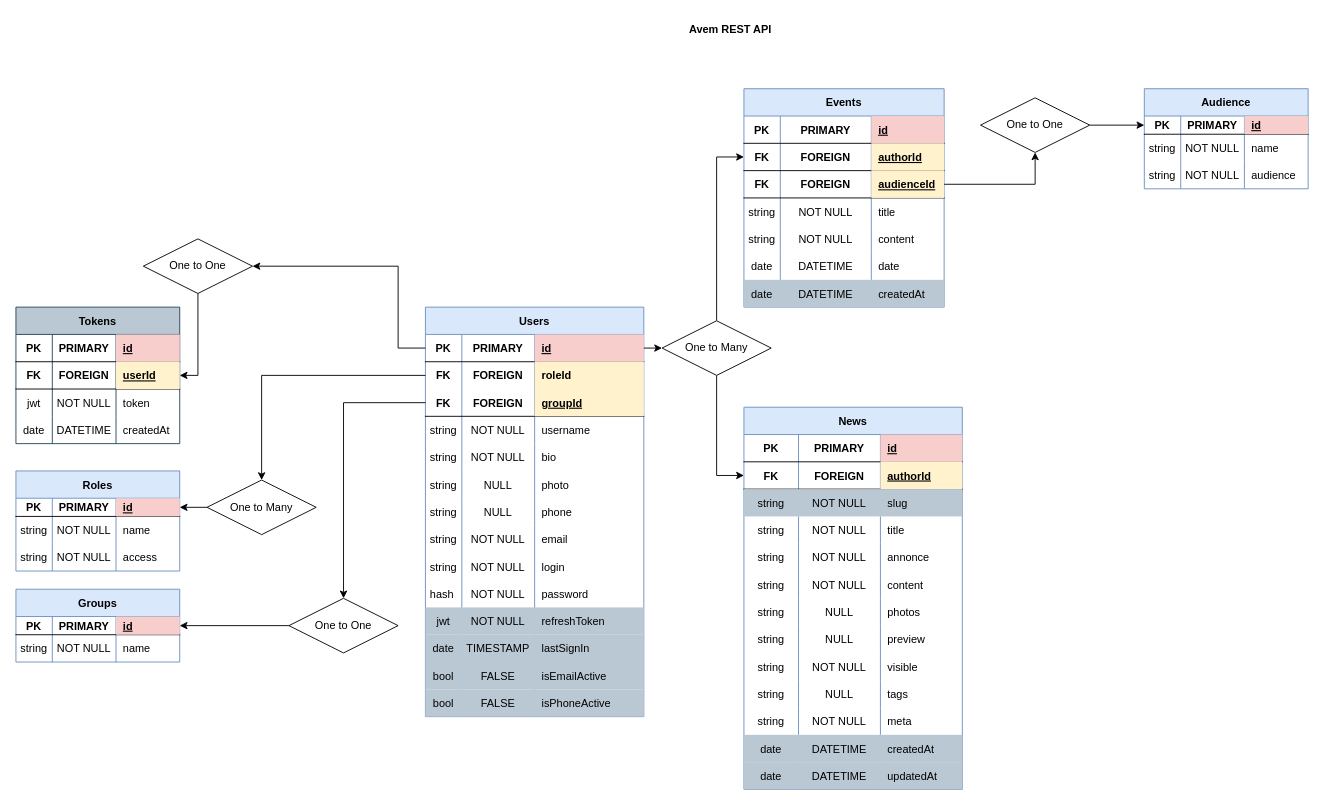
Earlier version of the draw.io diagram Untitled Diagram.drawio (BawNer/avem-server). Source tidied: cells renumbered, new cells numbered last; positions are measured from the earlier drawing's top-left corner, leaving out a move shared by most shapes. Both pictures are drawn from the tidied source at 91%, with x=0, y=0 at pixel (15, 15).
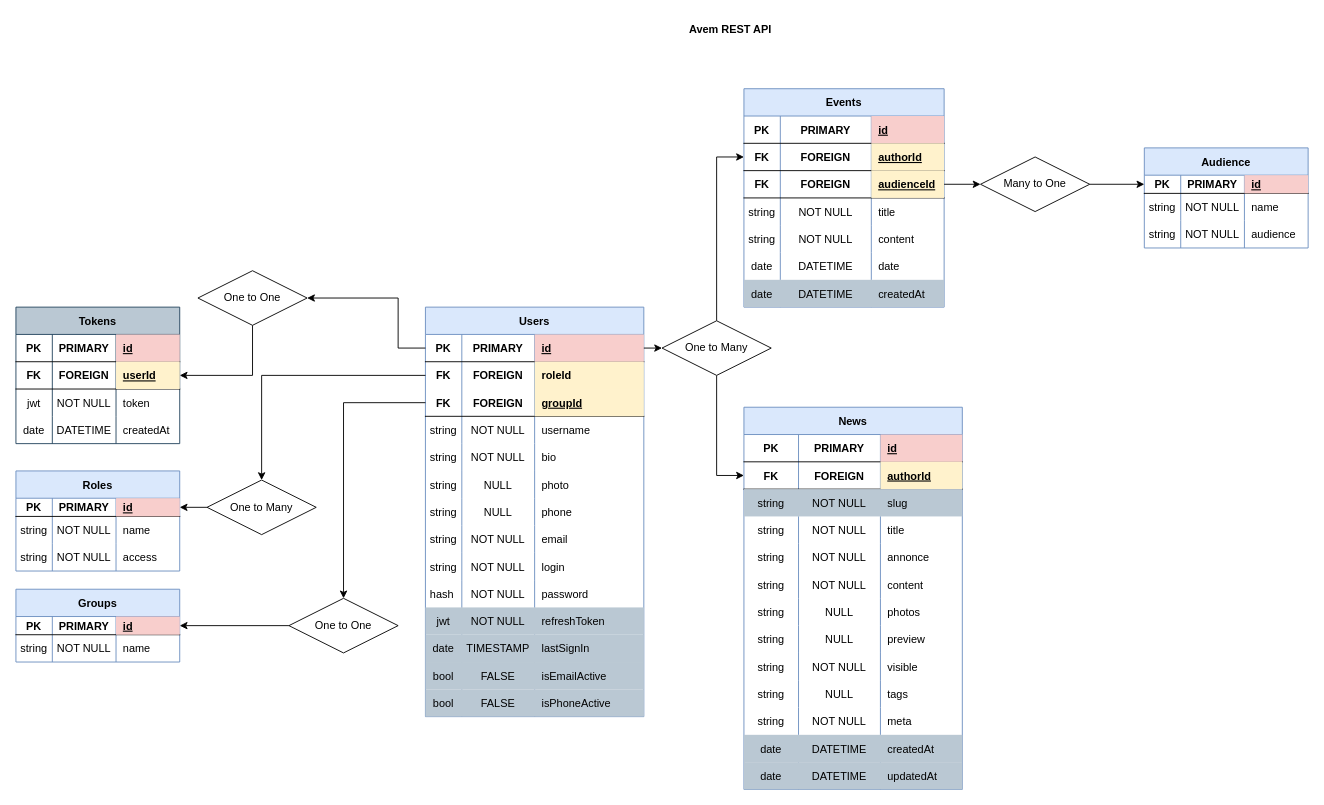
After the change.

The change refers to these unchanged cells:
```xml
<mxCell id="3" style="shape=tableRow;horizontal=0;startSize=0;swimlaneHead=0;swimlaneBody=0;fillColor=none;points=[[0,0.5],[1,0.5]];portConstraint=eastwest;top=0;left=0;right=0;bottom=1;" parent="2" vertex="1">
  <mxGeometry y="30" width="240" height="30" as="geometry" />
</mxCell>
<mxCell id="141" style="shape=tableRow;horizontal=0;startSize=0;swimlaneHead=0;swimlaneBody=0;fillColor=none;points=[[0,0.5],[1,0.5]];portConstraint=eastwest;top=0;left=0;right=0;bottom=1;sketch=0;" parent="132" vertex="1">
  <mxGeometry y="90" width="220" height="30" as="geometry" />
</mxCell>
<mxCell id="195" style="shape=tableRow;horizontal=0;startSize=0;swimlaneHead=0;swimlaneBody=0;fillColor=none;points=[[0,0.5],[1,0.5]];portConstraint=eastwest;top=0;left=0;right=0;bottom=1;" parent="194" vertex="1">
  <mxGeometry y="30" width="180" height="20" as="geometry" />
</mxCell>
```

The edit, as a diff of the source:
```diff
@@
     <mxCell id="77" style="edgeStyle=orthogonalEdgeStyle;rounded=0;jettySize=auto;html=1;entryX=1;entryY=0.5;entryDx=0;entryDy=0;exitX=0;exitY=0.5;exitDx=0;exitDy=0;" parent="1" edge="1" source="3" target="188">
       <mxGeometry relative="1" as="geometry">
         <Array as="points">
           <mxPoint x="420" y="365" />
-          <mxPoint x="420" y="275" />
+          <mxPoint x="420" y="310" />
         </Array>
       </mxGeometry>
     </mxCell>
@@
     <mxCell id="188" value="One to One" style="shape=rhombus;perimeter=rhombusPerimeter;whiteSpace=wrap;html=1;align=center;" parent="1" vertex="1">
-      <mxGeometry x="140" y="245" width="120" height="60" as="geometry" />
+      <mxGeometry x="200" y="280" width="120" height="60" as="geometry" />
     </mxCell>
@@
     <mxCell id="194" value="Audience" style="shape=table;startSize=30;childLayout=tableLayout;rowLines=0;fontStyle=1;align=center;fillColor=#dae8fc;strokeColor=#6c8ebf;" parent="1" vertex="1">
-      <mxGeometry x="1240" y="80" width="180" height="110" as="geometry" />
+      <mxGeometry x="1240" y="145" width="180" height="110" as="geometry" />
     </mxCell>
@@
-    <mxCell id="207" style="edgeStyle=orthogonalEdgeStyle;rounded=0;jettySize=auto;html=1;entryX=0;entryY=0.5;entryDx=0;entryDy=0;" parent="1" edge="1" source="208" target="195">
+    <mxCell id="207" style="edgeStyle=orthogonalEdgeStyle;rounded=0;jettySize=auto;html=1;entryX=0;entryY=0.5;entryDx=0;entryDy=0;exitX=1;exitY=0.5;exitDx=0;exitDy=0;" parent="1" edge="1" source="208" target="195">
       <mxGeometry relative="1" as="geometry" />
     </mxCell>
-    <mxCell id="208" value="One to One" style="shape=rhombus;perimeter=rhombusPerimeter;whiteSpace=wrap;html=1;align=center;" parent="1" vertex="1">
-      <mxGeometry x="1060" y="90" width="120" height="60" as="geometry" />
+    <mxCell id="208" value="Many to One" style="shape=rhombus;perimeter=rhombusPerimeter;whiteSpace=wrap;html=1;align=center;" parent="1" vertex="1">
+      <mxGeometry x="1060" y="155" width="120" height="60" as="geometry" />
     </mxCell>
-    <mxCell id="209" style="edgeStyle=orthogonalEdgeStyle;rounded=0;jettySize=auto;html=1;entryX=0.5;entryY=1;entryDx=0;entryDy=0;" parent="1" edge="1" source="141" target="208">
+    <mxCell id="209" style="edgeStyle=orthogonalEdgeStyle;rounded=0;jettySize=auto;html=1;entryX=0;entryY=0.5;entryDx=0;entryDy=0;" parent="1" edge="1" source="141" target="208">
       <mxGeometry relative="1" as="geometry" />
     </mxCell>
```
